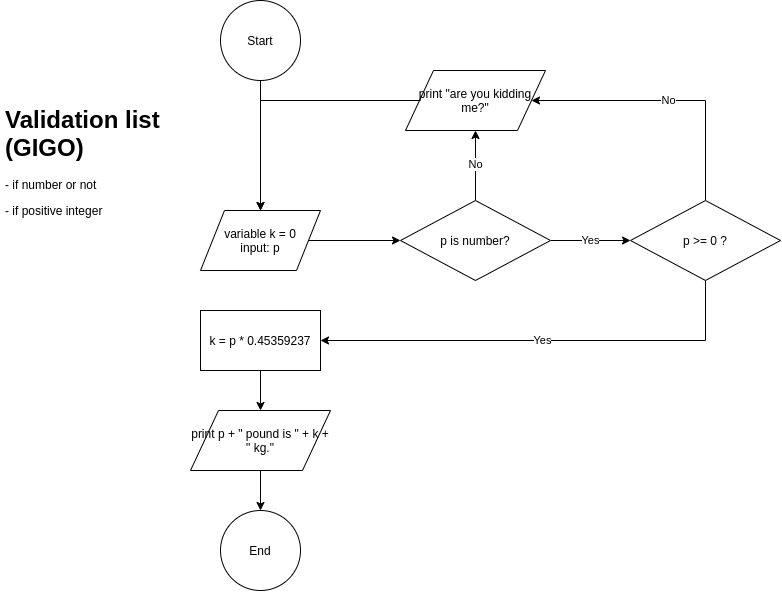
Above: PoundToKg.png in stsiwo/FlowCharts_IRC110 (draw.io), before the change. Source tidied: cells renumbered, new cells last; positions are measured from the earlier drawing's top-left corner, leaving out a move shared by most shapes.
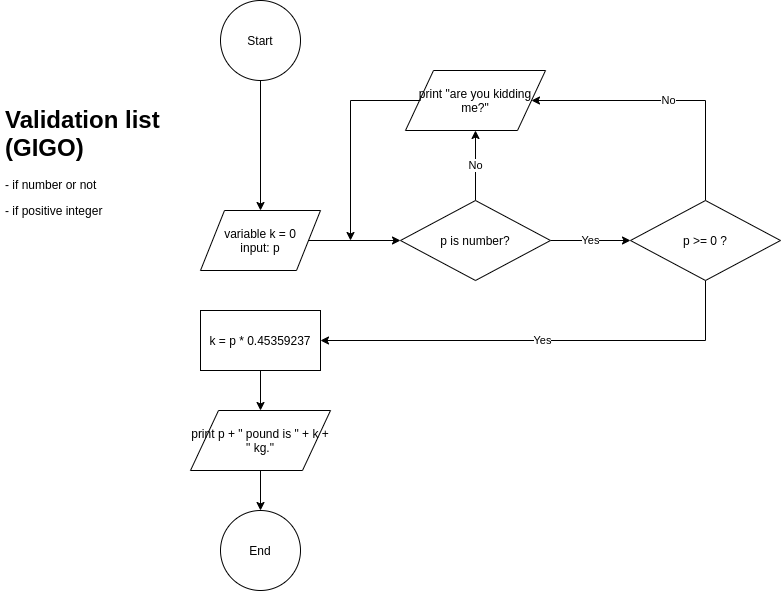
After the change.

What changed in the source:
```diff
@@ -55,8 +55,10 @@
     <mxCell id="16" value="p &amp;gt;= 0 ?" style="rhombus;whiteSpace=wrap;html=1;" parent="1" vertex="1">
       <mxGeometry x="630" y="200" width="150" height="80" as="geometry" />
     </mxCell>
-    <mxCell id="17" style="edgeStyle=orthogonalEdgeStyle;rounded=0;jettySize=auto;html=1;entryX=0.5;entryY=0;entryDx=0;entryDy=0;" parent="1" edge="1" source="18" target="5">
-      <mxGeometry relative="1" as="geometry" />
+    <mxCell id="17" style="edgeStyle=orthogonalEdgeStyle;rounded=0;jettySize=auto;html=1;" parent="1" edge="1" source="18">
+      <mxGeometry relative="1" as="geometry">
+        <mxPoint x="350" y="240" as="targetPoint" />
+      </mxGeometry>
     </mxCell>
     <mxCell id="18" value="print &quot;are you kidding me?&quot;" style="shape=parallelogram;perimeter=parallelogramPerimeter;whiteSpace=wrap;html=1;" parent="1" vertex="1">
       <mxGeometry x="405" y="70" width="140" height="60" as="geometry" />
```
